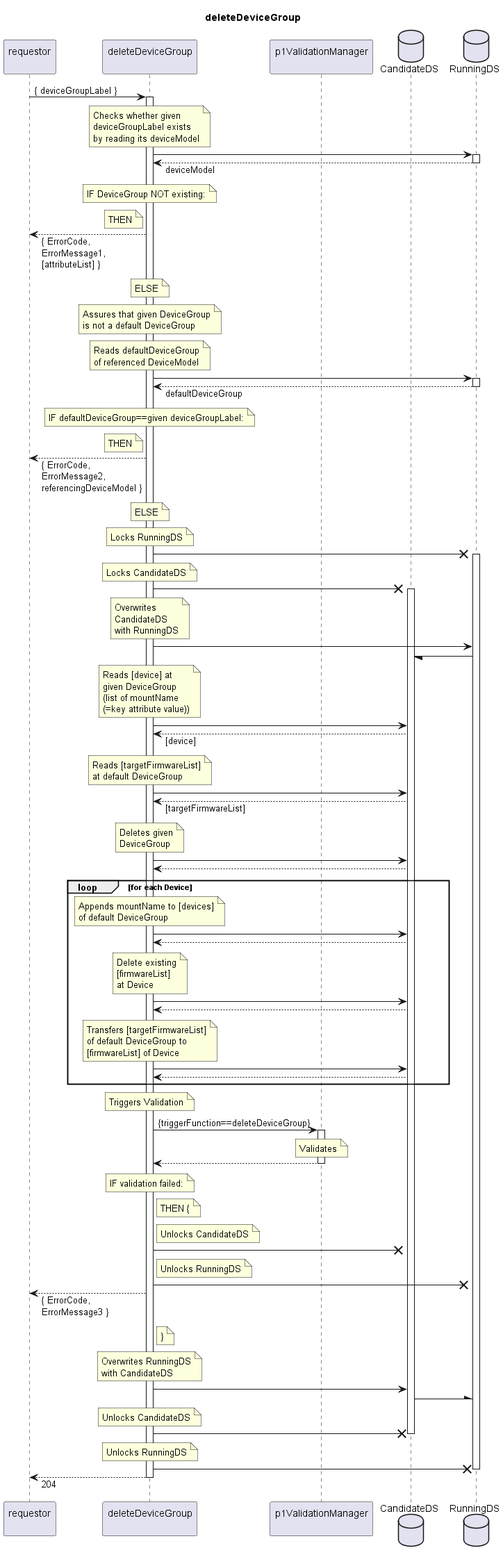
openBackhaul/FirmWareManager keeps this PlantUML diagram as spec/Services/deleteDeviceGroup/1.0.0/deleteDeviceGroup.png. Above is the earlier version.
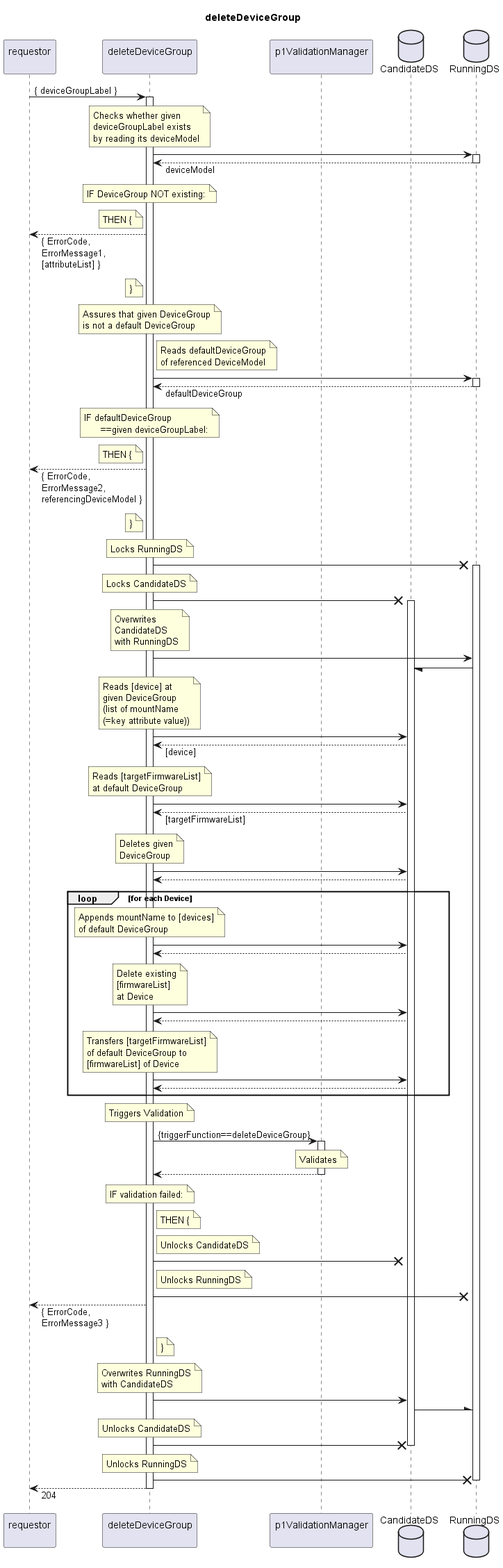
After the change.

The edit, as a diff of the source:
```diff
@@ -27,18 +27,18 @@
     IF DeviceGroup NOT existing:
   end note
   note left indServ
-    THEN
+    THEN {
   end note
   requestor <-- indServ: { ErrorCode,\nErrorMessage1,\n[attributeList] }
-  note over indServ
-    ELSE
+  note left indServ
+    }
   end note
 
   note over indServ
     Assures that given DeviceGroup
     is not a default DeviceGroup
   end note
-  note over indServ
+  note right indServ
     Reads defaultDeviceGroup
     of referenced DeviceModel
   end note
@@ -47,14 +47,15 @@
   indServ <-- RunDS: defaultDeviceGroup
   deactivate RunDS
   note over indServ
-    IF defaultDeviceGroup==given deviceGroupLabel:
+    IF defaultDeviceGroup
+          ==given deviceGroupLabel:
   end note
   note left indServ
-    THEN
+    THEN {
   end note
   requestor <-- indServ: { ErrorCode,\nErrorMessage2,\nreferencingDeviceModel }
-  note over indServ
-    ELSE
+  note left indServ
+    }
   end note
 
   note over indServ
```
